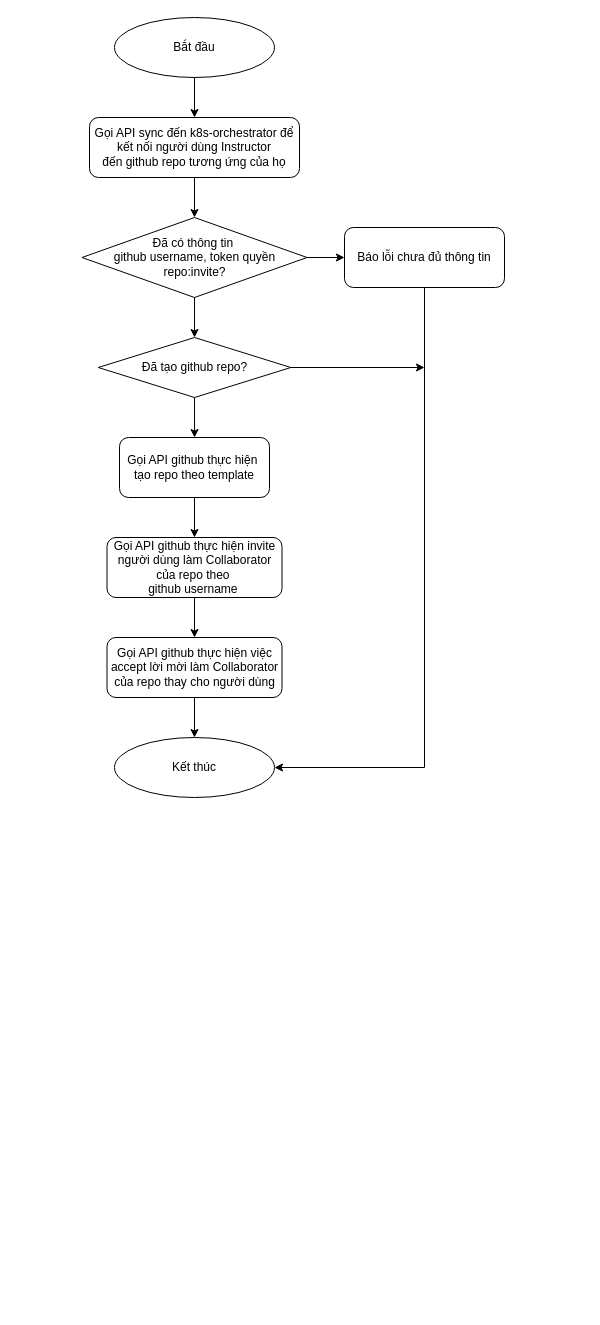
This is page "connect github repo" (6 of 7) of K8SCloudNut.drawio from hiep1097/drawio, a draw.io file, before an edit. Source tidied: cells renumbered, new cells numbered last; positions are measured from the earlier drawing's top-left corner, leaving out a move shared by most shapes. Both pictures are drawn from the tidied source at 100%, with x=0, y=0 at pixel (82, 17).
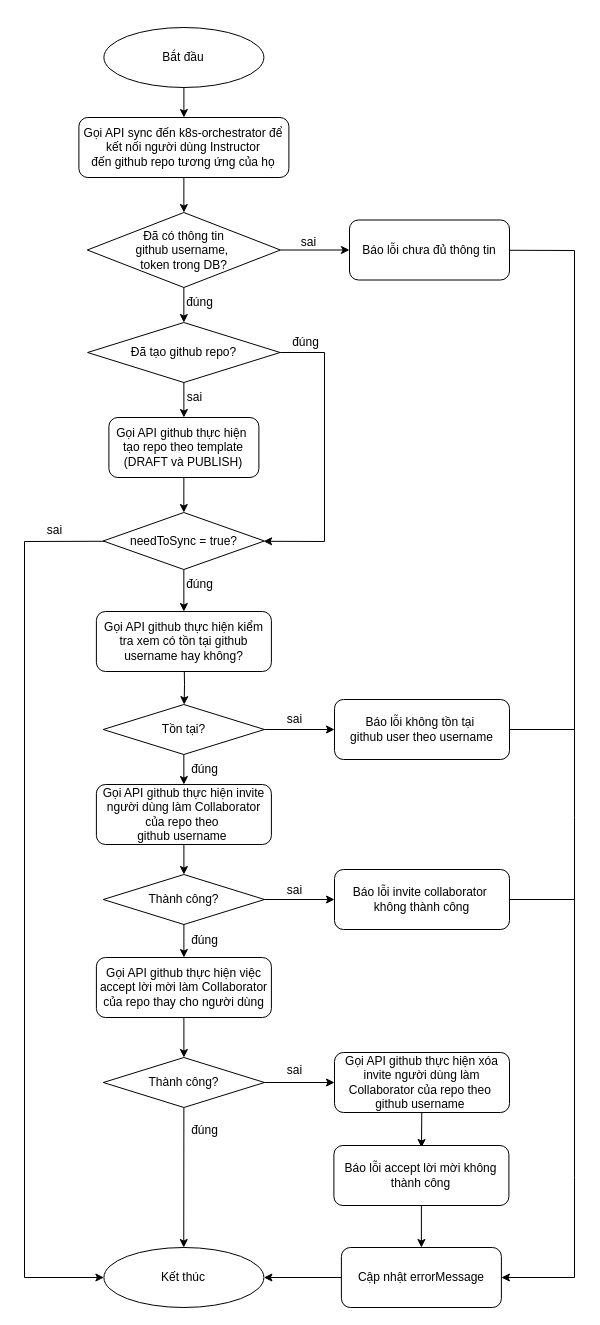
Above is the later version.

Commit message (it also covers changes not shown here):
Cập nhật K8SCloudNut.drawio

Change to the diagram source:
```diff
@@
     <mxCell id="2" value="Bắt đầu" style="ellipse;whiteSpace=wrap;html=1;" parent="1" vertex="1">
-      <mxGeometry x="32" width="160" height="60" as="geometry" />
+      <mxGeometry x="21.4" y="10" width="160" height="60" as="geometry" />
     </mxCell>
     <mxCell id="3" value="Gọi API sync đến k8s-orchestrator để kết nối người dùng Instructor đến&amp;nbsp;&lt;span style=&quot;background-color: initial;&quot;&gt;github repo&amp;nbsp;&lt;/span&gt;&lt;span style=&quot;background-color: initial;&quot;&gt;tương ứng của họ&lt;/span&gt;" style="rounded=1;whiteSpace=wrap;html=1;" parent="1" vertex="1">
-      <mxGeometry x="7" y="100" width="210" height="60" as="geometry" />
+      <mxGeometry x="-3.6" y="100" width="210" height="60" as="geometry" />
     </mxCell>
-    <mxCell id="4" value="Đã có thông tin&amp;nbsp;&lt;div&gt;github username, token quyền repo:invite?&lt;/div&gt;" style="rhombus;whiteSpace=wrap;html=1;" parent="1" vertex="1">
-      <mxGeometry x="-0.5" y="200" width="225" height="80" as="geometry" />
+    <mxCell id="4" value="Đã có thông tin&lt;div&gt;&lt;span style=&quot;background-color: initial;&quot;&gt;github username,&amp;nbsp;&lt;/span&gt;&lt;div&gt;&lt;span style=&quot;background-color: initial;&quot;&gt;token trong DB?&lt;/span&gt;&lt;/div&gt;&lt;/div&gt;" style="rhombus;whiteSpace=wrap;html=1;" parent="1" vertex="1">
+      <mxGeometry x="4.8" y="195" width="193.1" height="75" as="geometry" />
     </mxCell>
     <mxCell id="5" value="Báo lỗi chưa đủ thông tin" style="rounded=1;whiteSpace=wrap;html=1;" parent="1" vertex="1">
-      <mxGeometry x="262" y="210" width="160" height="60" as="geometry" />
+      <mxGeometry x="267" y="202.5" width="160" height="60" as="geometry" />
     </mxCell>
-    <mxCell id="6" value="Gọi API github thực hiện&amp;nbsp;&lt;div&gt;tạo repo theo template&lt;/div&gt;" style="rounded=1;whiteSpace=wrap;html=1;" parent="1" vertex="1">
-      <mxGeometry x="37" y="420" width="150" height="60" as="geometry" />
+    <mxCell id="6" value="Gọi API github thực hiện&amp;nbsp;&lt;div&gt;tạo repo theo template (DRAFT và PUBLISH)&lt;/div&gt;" style="rounded=1;whiteSpace=wrap;html=1;" parent="1" vertex="1">
+      <mxGeometry x="26.4" y="400" width="150" height="60" as="geometry" />
     </mxCell>
     <mxCell id="7" value="Đã tạo github repo?" style="rhombus;whiteSpace=wrap;html=1;" parent="1" vertex="1">
-      <mxGeometry x="15.8" y="320" width="192.5" height="60" as="geometry" />
+      <mxGeometry x="5.1" y="305" width="192.5" height="60" as="geometry" />
     </mxCell>
@@
     <mxCell id="13" value="Gọi API github thực hiện invite người dùng làm Collaborator của repo theo&amp;nbsp;&lt;div&gt;github username&amp;nbsp;&lt;/div&gt;" style="rounded=1;whiteSpace=wrap;html=1;" parent="1" vertex="1">
-      <mxGeometry x="24.5" y="520" width="175" height="60" as="geometry" />
+      <mxGeometry x="13.9" y="767" width="175" height="60" as="geometry" />
     </mxCell>
     <mxCell id="14" value="Gọi API github thực hiện việc accept lời mời làm Collaborator của repo thay cho người dùng" style="rounded=1;whiteSpace=wrap;html=1;" parent="1" vertex="1">
-      <mxGeometry x="24.5" y="620" width="175" height="60" as="geometry" />
+      <mxGeometry x="13.9" y="940" width="175" height="60" as="geometry" />
     </mxCell>
     <mxCell id="15" value="Kết thúc" style="ellipse;whiteSpace=wrap;html=1;" parent="1" vertex="1">
-      <mxGeometry x="32" y="720" width="160" height="60" as="geometry" />
+      <mxGeometry x="21.4" y="1230" width="160" height="60" as="geometry" />
     </mxCell>
-    <mxCell id="16" style="endArrow=classic;html=1;rounded=0;" parent="1" edge="1" source="6" target="13">
+    <mxCell id="16" style="endArrow=classic;html=1;rounded=0;" parent="1" edge="1" source="6" target="26">
       <mxGeometry relative="1" as="geometry" />
     </mxCell>
-    <mxCell id="17" style="endArrow=classic;html=1;rounded=0;" parent="1" edge="1" source="13" target="14">
-      <mxGeometry relative="1" as="geometry" />
-    </mxCell>
-    <mxCell id="18" style="endArrow=classic;html=1;rounded=0;" parent="1" edge="1" source="14" target="15">
+    <mxCell id="18" style="endArrow=classic;html=1;rounded=0;" parent="1" edge="1" source="30" target="15">
       <mxGeometry relative="1" as="geometry" />
     </mxCell>
-    <mxCell id="19" style="endArrow=classic;html=1;rounded=0;" parent="1" edge="1" source="5" target="15">
-      <mxGeometry relative="1" as="geometry">
-        <Array as="points">
-          <mxPoint x="342" y="750" />
-        </Array>
-      </mxGeometry>
-    </mxCell>
-    <mxCell id="20" style="endArrow=classic;html=1;rounded=0;" parent="1" edge="1" source="7">
-      <mxGeometry relative="1" as="geometry">
-        <mxPoint x="342" y="350" as="targetPoint" />
-      </mxGeometry>
-    </mxCell>
+    <mxCell id="21" value="đúng" style="text;html=1;align=center;verticalAlign=middle;strokeColor=none;fillColor=none;" parent="1" vertex="1">
+      <mxGeometry x="92" y="270" width="50" height="30" as="geometry" />
+    </mxCell>
+    <mxCell id="22" value="sai" style="text;html=1;align=center;verticalAlign=middle;strokeColor=none;fillColor=none;" parent="1" vertex="1">
+      <mxGeometry x="206.4" y="210" width="40" height="30" as="geometry" />
+    </mxCell>
+    <mxCell id="23" value="Cập nhật errorMessage" style="rounded=1;whiteSpace=wrap;html=1;" parent="1" vertex="1">
+      <mxGeometry x="258.9" y="1230" width="160" height="60" as="geometry" />
+    </mxCell>
+    <mxCell id="24" style="endArrow=classic;html=1;rounded=0;" parent="1" edge="1" source="5" target="23">
+      <mxGeometry relative="1" as="geometry">
+        <Array as="points">
+          <mxPoint x="492" y="233" />
+          <mxPoint x="492" y="800" />
+          <mxPoint x="492" y="1160" />
+          <mxPoint x="492" y="1260" />
+        </Array>
+      </mxGeometry>
+    </mxCell>
+    <mxCell id="25" style="endArrow=classic;html=1;rounded=0;" parent="1" edge="1" source="23" target="15">
+      <mxGeometry relative="1" as="geometry" />
+    </mxCell>
+    <mxCell id="26" value="needToSync = true?" style="rhombus;whiteSpace=wrap;html=1;" parent="1" vertex="1">
+      <mxGeometry x="20.7" y="495" width="161.2" height="57" as="geometry" />
+    </mxCell>
+    <mxCell id="27" value="Gọi API github thực hiện kiểm tra xem có tồn tại github username hay không?" style="rounded=1;whiteSpace=wrap;html=1;" parent="1" vertex="1">
+      <mxGeometry x="13.9" y="594" width="175" height="60" as="geometry" />
+    </mxCell>
+    <mxCell id="28" value="Tồn tại?" style="rhombus;whiteSpace=wrap;html=1;" parent="1" vertex="1">
+      <mxGeometry x="20.7" y="687" width="161.2" height="50" as="geometry" />
+    </mxCell>
+    <mxCell id="29" value="Thành công?" style="rhombus;whiteSpace=wrap;html=1;" parent="1" vertex="1">
+      <mxGeometry x="20.8" y="857" width="161.2" height="50" as="geometry" />
+    </mxCell>
+    <mxCell id="30" value="Thành công?" style="rhombus;whiteSpace=wrap;html=1;" parent="1" vertex="1">
+      <mxGeometry x="20.8" y="1040" width="161.2" height="50" as="geometry" />
+    </mxCell>
+    <mxCell id="31" value="Gọi API github thực hiện xóa invite người dùng làm Collaborator của repo theo&amp;nbsp;&lt;div&gt;github username&amp;nbsp;&lt;/div&gt;" style="rounded=1;whiteSpace=wrap;html=1;" parent="1" vertex="1">
+      <mxGeometry x="252" y="1035" width="175" height="60" as="geometry" />
+    </mxCell>
+    <mxCell id="32" style="endArrow=classic;html=1;rounded=0;" parent="1" edge="1" source="26" target="27">
+      <mxGeometry relative="1" as="geometry" />
+    </mxCell>
+    <mxCell id="33" style="endArrow=classic;html=1;rounded=0;" parent="1" edge="1" source="27" target="28">
+      <mxGeometry relative="1" as="geometry">
+        <Array as="points">
+          <mxPoint x="102" y="667" />
+        </Array>
+      </mxGeometry>
+    </mxCell>
+    <mxCell id="34" value="sai" style="text;html=1;align=center;verticalAlign=middle;strokeColor=none;fillColor=none;" parent="1" vertex="1">
+      <mxGeometry x="92" y="365" width="40" height="30" as="geometry" />
+    </mxCell>
+    <mxCell id="35" value="đúng" style="text;html=1;align=center;verticalAlign=middle;strokeColor=none;fillColor=none;" parent="1" vertex="1">
+      <mxGeometry x="92" y="552" width="50" height="30" as="geometry" />
+    </mxCell>
+    <mxCell id="36" style="endArrow=classic;html=1;rounded=0;" parent="1" edge="1" source="28" target="13">
+      <mxGeometry relative="1" as="geometry" />
+    </mxCell>
+    <mxCell id="37" value="đúng" style="text;html=1;align=center;verticalAlign=middle;strokeColor=none;fillColor=none;" parent="1" vertex="1">
+      <mxGeometry x="97" y="737" width="50" height="30" as="geometry" />
+    </mxCell>
+    <mxCell id="38" style="endArrow=classic;html=1;rounded=0;" parent="1" edge="1" source="13" target="29">
+      <mxGeometry relative="1" as="geometry" />
+    </mxCell>
+    <mxCell id="39" style="endArrow=classic;html=1;rounded=0;" parent="1" edge="1" source="29" target="14">
+      <mxGeometry relative="1" as="geometry" />
+    </mxCell>
+    <mxCell id="40" value="đúng" style="text;html=1;align=center;verticalAlign=middle;strokeColor=none;fillColor=none;" parent="1" vertex="1">
+      <mxGeometry x="97" y="908" width="50" height="30" as="geometry" />
+    </mxCell>
+    <mxCell id="41" style="endArrow=classic;html=1;rounded=0;" parent="1" edge="1" source="14" target="30">
+      <mxGeometry relative="1" as="geometry" />
+    </mxCell>
+    <mxCell id="42" style="endArrow=classic;html=1;rounded=0;" parent="1" edge="1" source="30" target="31">
+      <mxGeometry relative="1" as="geometry" />
+    </mxCell>
+    <mxCell id="43" style="endArrow=classic;html=1;rounded=0;" parent="1" edge="1" source="31">
+      <mxGeometry relative="1" as="geometry">
+        <mxPoint x="339" y="1130" as="targetPoint" />
+      </mxGeometry>
+    </mxCell>
+    <mxCell id="44" value="đúng" style="text;html=1;align=center;verticalAlign=middle;strokeColor=none;fillColor=none;" parent="1" vertex="1">
+      <mxGeometry x="97" y="1098" width="50" height="30" as="geometry" />
+    </mxCell>
+    <mxCell id="45" value="sai" style="text;html=1;align=center;verticalAlign=middle;strokeColor=none;fillColor=none;" parent="1" vertex="1">
+      <mxGeometry x="192" y="1038" width="40" height="30" as="geometry" />
+    </mxCell>
+    <mxCell id="46" style="endArrow=classic;html=1;rounded=0;" parent="1" edge="1" source="26" target="15">
+      <mxGeometry relative="1" as="geometry">
+        <Array as="points">
+          <mxPoint x="-58" y="524" />
+          <mxPoint x="-58" y="1260" />
+        </Array>
+      </mxGeometry>
+    </mxCell>
+    <mxCell id="47" value="sai" style="text;html=1;align=center;verticalAlign=middle;strokeColor=none;fillColor=none;" parent="1" vertex="1">
+      <mxGeometry x="-48" y="498" width="40" height="30" as="geometry" />
+    </mxCell>
+    <mxCell id="48" style="endArrow=classic;html=1;rounded=0;" parent="1" edge="1" source="7" target="26">
+      <mxGeometry relative="1" as="geometry">
+        <Array as="points">
+          <mxPoint x="242" y="335" />
+          <mxPoint x="242" y="524" />
+        </Array>
+      </mxGeometry>
+    </mxCell>
+    <mxCell id="49" value="đúng" style="text;html=1;align=center;verticalAlign=middle;strokeColor=none;fillColor=none;" parent="1" vertex="1">
+      <mxGeometry x="197.6" y="310" width="50" height="30" as="geometry" />
+    </mxCell>
+    <mxCell id="50" value="Báo lỗi không tồn tại&amp;nbsp;&lt;div&gt;github user theo username&lt;/div&gt;" style="rounded=1;whiteSpace=wrap;html=1;" parent="1" vertex="1">
+      <mxGeometry x="252" y="682" width="175" height="60" as="geometry" />
+    </mxCell>
+    <mxCell id="51" style="endArrow=classic;html=1;rounded=0;" parent="1" edge="1" source="28" target="50">
+      <mxGeometry relative="1" as="geometry" />
+    </mxCell>
+    <mxCell id="52" value="sai" style="text;html=1;align=center;verticalAlign=middle;strokeColor=none;fillColor=none;" parent="1" vertex="1">
+      <mxGeometry x="192" y="687" width="40" height="30" as="geometry" />
+    </mxCell>
+    <mxCell id="53" style="endArrow=none;html=1;rounded=0;" parent="1" edge="1" source="50">
+      <mxGeometry relative="1" as="geometry">
+        <mxPoint x="492" y="712" as="targetPoint" />
+      </mxGeometry>
+    </mxCell>
+    <mxCell id="54" value="Báo lỗi invite collaborator&amp;nbsp;&lt;div&gt;không thành công&lt;/div&gt;" style="rounded=1;whiteSpace=wrap;html=1;" parent="1" vertex="1">
+      <mxGeometry x="252" y="852" width="175" height="60" as="geometry" />
+    </mxCell>
+    <mxCell id="55" style="endArrow=classic;html=1;rounded=0;" parent="1" edge="1" source="29" target="54">
+      <mxGeometry relative="1" as="geometry" />
+    </mxCell>
+    <mxCell id="56" style="endArrow=none;html=1;rounded=0;" parent="1" edge="1" source="54">
+      <mxGeometry relative="1" as="geometry">
+        <mxPoint x="492" y="882" as="targetPoint" />
+      </mxGeometry>
+    </mxCell>
+    <mxCell id="57" value="sai" style="text;html=1;align=center;verticalAlign=middle;strokeColor=none;fillColor=none;" parent="1" vertex="1">
+      <mxGeometry x="192" y="858" width="40" height="30" as="geometry" />
+    </mxCell>
+    <mxCell id="58" value="Báo lỗi accept lời mời không thành công" style="rounded=1;whiteSpace=wrap;html=1;" parent="1" vertex="1">
+      <mxGeometry x="251.4" y="1128" width="175" height="60" as="geometry" />
+    </mxCell>
+    <mxCell id="59" style="endArrow=classic;html=1;rounded=0;" parent="1" edge="1" source="58" target="23">
+      <mxGeometry relative="1" as="geometry" />
+    </mxCell>
```
